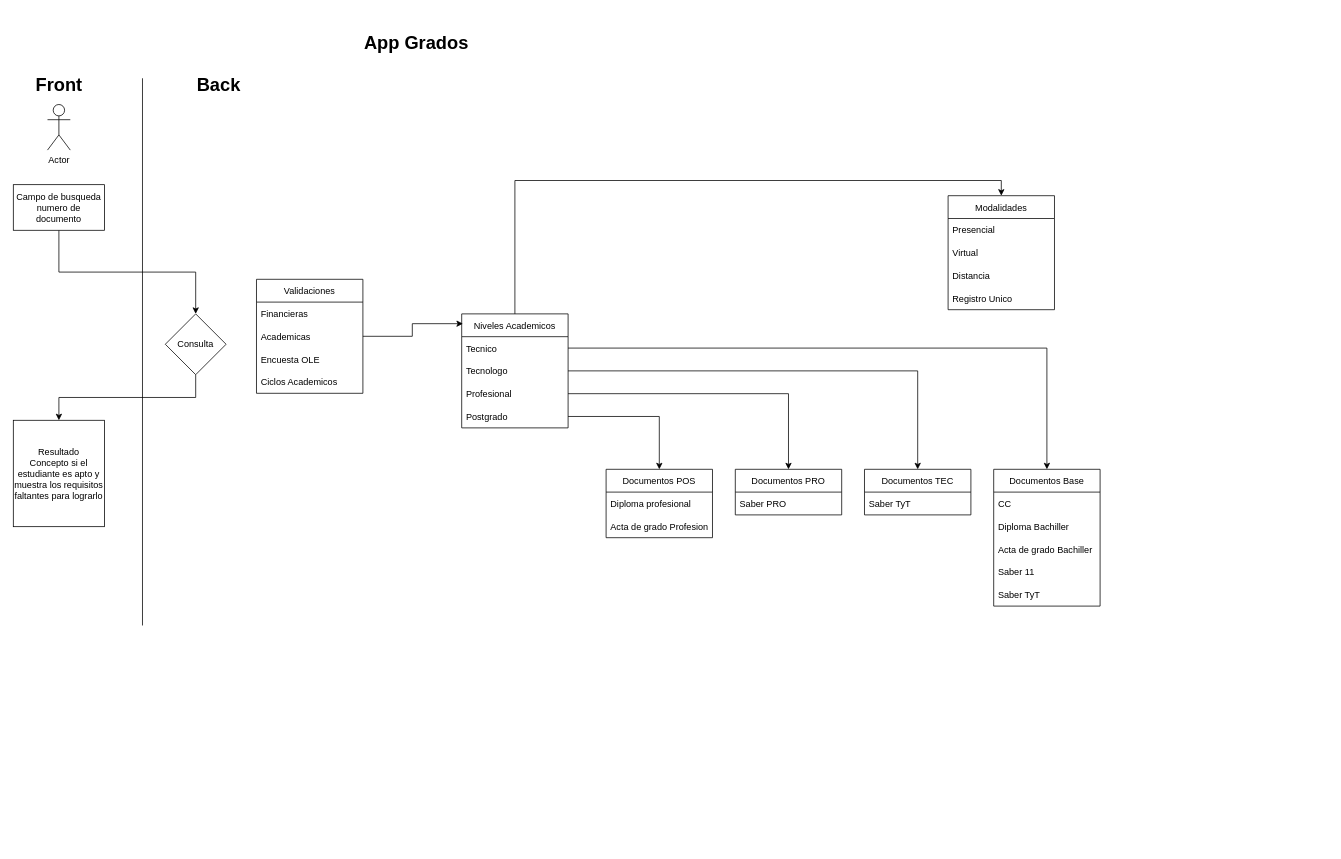
DevOps-CUN/docs-apps-grados keeps this draw.io diagram as flujo-inicial.drawio. Above is the earlier version. Source tidied: cells renumbered, new cells numbered last; positions are measured from the earlier drawing's top-left corner, leaving out a move shared by most shapes. Both pictures are drawn from the tidied source at 76%, with x=0, y=0 at pixel (13, 28).
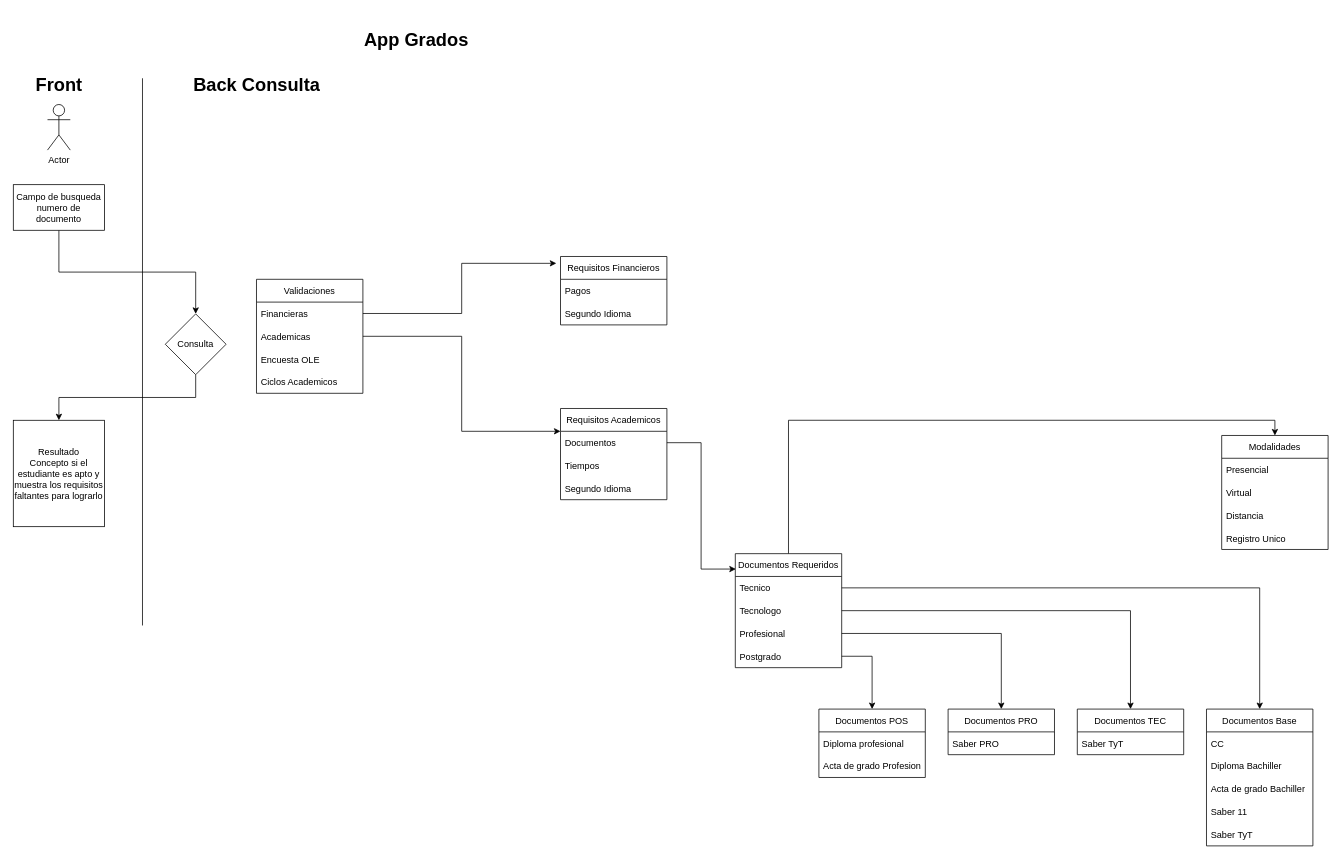
After the change.

Commit message:
Se dividen los tipos de requisitos

Unchanged cells that the change refers to:
```xml
<mxCell id="12" value="Financieras" style="text;strokeColor=none;fillColor=none;align=left;verticalAlign=middle;spacingLeft=4;spacingRight=4;overflow=hidden;points=[[0,0.5],[1,0.5]];portConstraint=eastwest;" parent="11" vertex="1">
  <mxGeometry y="30" width="140" height="30" as="geometry" />
</mxCell>
<mxCell id="13" value="Academicas" style="text;strokeColor=none;fillColor=none;align=left;verticalAlign=middle;spacingLeft=4;spacingRight=4;overflow=hidden;points=[[0,0.5],[1,0.5]];portConstraint=eastwest;" parent="11" vertex="1">
  <mxGeometry y="60" width="140" height="30" as="geometry" />
</mxCell>
```

Change to the diagram source:
```diff
@@
-    <mxCell id="4" style="endArrow=none;html=1;rounded=0;" parent="1" edge="1">
-      <mxGeometry relative="1" as="geometry">
-        <mxPoint x="170" y="785.5" as="sourcePoint" />
-        <mxPoint x="170" y="65.5" as="targetPoint" />
-      </mxGeometry>
-    </mxCell>
+    <mxCell id="46" style="endArrow=none;html=1;rounded=0;" parent="1" edge="1">
+      <mxGeometry relative="1" as="geometry">
+        <mxPoint x="170" y="785.5" as="sourcePoint" />
+        <mxPoint x="170" y="65.5" as="targetPoint" />
+      </mxGeometry>
+    </mxCell>
@@
-    <mxCell id="9" value="Back" style="text;strokeColor=none;fillColor=none;html=1;fontSize=24;fontStyle=1;verticalAlign=middle;align=center;" parent="1" vertex="1">
-      <mxGeometry x="220" y="54.5" width="100" height="40" as="geometry" />
-    </mxCell>
+    <mxCell id="47" value="Back Consulta" style="text;strokeColor=none;fillColor=none;html=1;fontSize=24;fontStyle=1;verticalAlign=middle;align=center;" parent="1" vertex="1">
+      <mxGeometry x="220" y="54.5" width="200" height="40" as="geometry" />
+    </mxCell>
     <mxCell id="10" value="App Grados" style="text;strokeColor=none;fillColor=none;html=1;fontSize=24;fontStyle=1;verticalAlign=middle;align=center;" parent="1" vertex="1">
-      <mxGeometry x="480" width="100" height="40" as="geometry" />
+      <mxGeometry x="320" y="-20" width="420" height="70" as="geometry" />
     </mxCell>
@@
-    <mxCell id="17" style="edgeStyle=orthogonalEdgeStyle;rounded=0;jettySize=auto;html=1;exitX=0.5;exitY=0;exitDx=0;exitDy=0;entryX=0.5;entryY=0;entryDx=0;entryDy=0;" parent="1" edge="1" source="18" target="23">
-      <mxGeometry relative="1" as="geometry" />
-    </mxCell>
-    <mxCell id="18" value="Niveles Academicos" style="swimlane;fontStyle=0;horizontal=1;startSize=30;" parent="1" vertex="1">
-      <mxGeometry x="590" y="375.5" width="140" height="150" as="geometry" />
-    </mxCell>
+    <mxCell id="48" style="edgeStyle=orthogonalEdgeStyle;rounded=0;jettySize=auto;html=1;exitX=0.5;exitY=0;exitDx=0;exitDy=0;entryX=0.5;entryY=0;entryDx=0;entryDy=0;" parent="1" edge="1" source="49" target="23">
+      <mxGeometry relative="1" as="geometry" />
+    </mxCell>
+    <mxCell id="49" value="Documentos Requeridos" style="swimlane;fontStyle=0;horizontal=1;startSize=30;" parent="1" vertex="1">
+      <mxGeometry x="950" y="691" width="140" height="150" as="geometry" />
+    </mxCell>
-    <mxCell id="19" value="Tecnico" style="text;strokeColor=none;fillColor=none;align=left;verticalAlign=middle;spacingLeft=4;spacingRight=4;overflow=hidden;points=[[0,0.5],[1,0.5]];portConstraint=eastwest;" parent="18" vertex="1">
+    <mxCell id="19" value="Tecnico" style="text;strokeColor=none;fillColor=none;align=left;verticalAlign=middle;spacingLeft=4;spacingRight=4;overflow=hidden;points=[[0,0.5],[1,0.5]];portConstraint=eastwest;" parent="49" vertex="1">
       <mxGeometry y="30" width="140" height="30" as="geometry" />
     </mxCell>
-    <mxCell id="20" value="Tecnologo" style="text;strokeColor=none;fillColor=none;align=left;verticalAlign=middle;spacingLeft=4;spacingRight=4;overflow=hidden;points=[[0,0.5],[1,0.5]];portConstraint=eastwest;" parent="18" vertex="1">
+    <mxCell id="20" value="Tecnologo" style="text;strokeColor=none;fillColor=none;align=left;verticalAlign=middle;spacingLeft=4;spacingRight=4;overflow=hidden;points=[[0,0.5],[1,0.5]];portConstraint=eastwest;" parent="49" vertex="1">
       <mxGeometry y="60" width="140" height="30" as="geometry" />
     </mxCell>
-    <mxCell id="21" value="Profesional" style="text;strokeColor=none;fillColor=none;align=left;verticalAlign=middle;spacingLeft=4;spacingRight=4;overflow=hidden;points=[[0,0.5],[1,0.5]];portConstraint=eastwest;" parent="18" vertex="1">
+    <mxCell id="21" value="Profesional" style="text;strokeColor=none;fillColor=none;align=left;verticalAlign=middle;spacingLeft=4;spacingRight=4;overflow=hidden;points=[[0,0.5],[1,0.5]];portConstraint=eastwest;" parent="49" vertex="1">
       <mxGeometry y="90" width="140" height="30" as="geometry" />
     </mxCell>
-    <mxCell id="22" value="Postgrado" style="text;strokeColor=none;fillColor=none;align=left;verticalAlign=middle;spacingLeft=4;spacingRight=4;overflow=hidden;points=[[0,0.5],[1,0.5]];portConstraint=eastwest;" parent="18" vertex="1">
+    <mxCell id="22" value="Postgrado" style="text;strokeColor=none;fillColor=none;align=left;verticalAlign=middle;spacingLeft=4;spacingRight=4;overflow=hidden;points=[[0,0.5],[1,0.5]];portConstraint=eastwest;" parent="49" vertex="1">
       <mxGeometry y="120" width="140" height="30" as="geometry" />
     </mxCell>
     <mxCell id="23" value="Modalidades" style="swimlane;fontStyle=0;horizontal=1;startSize=30;" parent="1" vertex="1">
-      <mxGeometry x="1230" y="220" width="140" height="150" as="geometry" />
+      <mxGeometry x="1590" y="535.5" width="140" height="150" as="geometry" />
     </mxCell>
@@
     <mxCell id="28" value="Documentos Base" style="swimlane;fontStyle=0;horizontal=1;startSize=30;" parent="1" vertex="1">
-      <mxGeometry x="1290" y="580" width="140" height="180" as="geometry" />
+      <mxGeometry x="1570" y="895.5" width="140" height="180" as="geometry" />
     </mxCell>
@@
     <mxCell id="35" value="Documentos TEC" style="swimlane;fontStyle=0;horizontal=1;startSize=30;" parent="1" vertex="1">
-      <mxGeometry x="1120" y="580" width="140" height="60" as="geometry" />
+      <mxGeometry x="1400" y="895.5" width="140" height="60" as="geometry" />
     </mxCell>
@@
     <mxCell id="37" value="Documentos PRO" style="swimlane;fontStyle=0;horizontal=1;startSize=30;" parent="1" vertex="1">
-      <mxGeometry x="950" y="580" width="140" height="60" as="geometry" />
+      <mxGeometry x="1230" y="895.5" width="140" height="60" as="geometry" />
     </mxCell>
@@
     <mxCell id="39" value="Documentos POS" style="swimlane;fontStyle=0;horizontal=1;startSize=30;" parent="1" vertex="1">
-      <mxGeometry x="780" y="580" width="140" height="90" as="geometry" />
+      <mxGeometry x="1060" y="895.5" width="140" height="90" as="geometry" />
     </mxCell>
@@
-    <mxCell id="42" style="edgeStyle=orthogonalEdgeStyle;rounded=0;jettySize=auto;html=1;exitX=1;exitY=0.5;exitDx=0;exitDy=0;entryX=0.012;entryY=0.086;entryDx=0;entryDy=0;entryPerimeter=0;" parent="1" edge="1" source="13" target="18">
-      <mxGeometry relative="1" as="geometry" />
-    </mxCell>
@@
+    <mxCell id="50" value="Requisitos Academicos" style="swimlane;fontStyle=0;horizontal=1;startSize=30;" parent="1" vertex="1">
+      <mxGeometry x="720" y="500" width="140" height="120" as="geometry" />
+    </mxCell>
+    <mxCell id="51" value="Documentos" style="text;strokeColor=none;fillColor=none;align=left;verticalAlign=middle;spacingLeft=4;spacingRight=4;overflow=hidden;points=[[0,0.5],[1,0.5]];portConstraint=eastwest;" parent="50" vertex="1">
+      <mxGeometry y="30" width="140" height="30" as="geometry" />
+    </mxCell>
+    <mxCell id="52" value="Tiempos" style="text;strokeColor=none;fillColor=none;align=left;verticalAlign=middle;spacingLeft=4;spacingRight=4;overflow=hidden;" parent="50" vertex="1">
+      <mxGeometry y="60" width="140" height="30" as="geometry" />
+    </mxCell>
+    <mxCell id="53" value="Segundo Idioma" style="text;strokeColor=none;fillColor=none;align=left;verticalAlign=middle;spacingLeft=4;spacingRight=4;overflow=hidden;" parent="50" vertex="1">
+      <mxGeometry y="90" width="140" height="30" as="geometry" />
+    </mxCell>
+    <mxCell id="54" style="edgeStyle=orthogonalEdgeStyle;rounded=0;jettySize=auto;html=1;exitX=1;exitY=0.5;exitDx=0;exitDy=0;entryX=0;entryY=0.25;entryDx=0;entryDy=0;" parent="1" edge="1" source="13" target="50">
+      <mxGeometry relative="1" as="geometry" />
+    </mxCell>
+    <mxCell id="55" style="edgeStyle=orthogonalEdgeStyle;rounded=0;jettySize=auto;html=1;exitX=1;exitY=0.5;exitDx=0;exitDy=0;entryX=0.005;entryY=0.135;entryDx=0;entryDy=0;entryPerimeter=0;" parent="1" edge="1" source="51" target="49">
+      <mxGeometry relative="1" as="geometry" />
+    </mxCell>
+    <mxCell id="56" value="Requisitos Financieros" style="swimlane;fontStyle=0;horizontal=1;startSize=30;" parent="1" vertex="1">
+      <mxGeometry x="720" y="300" width="140" height="90" as="geometry" />
+    </mxCell>
+    <mxCell id="57" value="Pagos" style="text;strokeColor=none;fillColor=none;align=left;verticalAlign=middle;spacingLeft=4;spacingRight=4;overflow=hidden;" parent="56" vertex="1">
+      <mxGeometry y="30" width="140" height="30" as="geometry" />
+    </mxCell>
+    <mxCell id="58" value="Segundo Idioma" style="text;strokeColor=none;fillColor=none;align=left;verticalAlign=middle;spacingLeft=4;spacingRight=4;overflow=hidden;" parent="56" vertex="1">
+      <mxGeometry y="60" width="140" height="30" as="geometry" />
+    </mxCell>
+    <mxCell id="59" style="edgeStyle=orthogonalEdgeStyle;rounded=0;jettySize=auto;html=1;exitX=1;exitY=0.5;exitDx=0;exitDy=0;entryX=-0.039;entryY=0.1;entryDx=0;entryDy=0;entryPerimeter=0;" parent="1" edge="1" source="12" target="56">
+      <mxGeometry relative="1" as="geometry" />
+    </mxCell>
```
